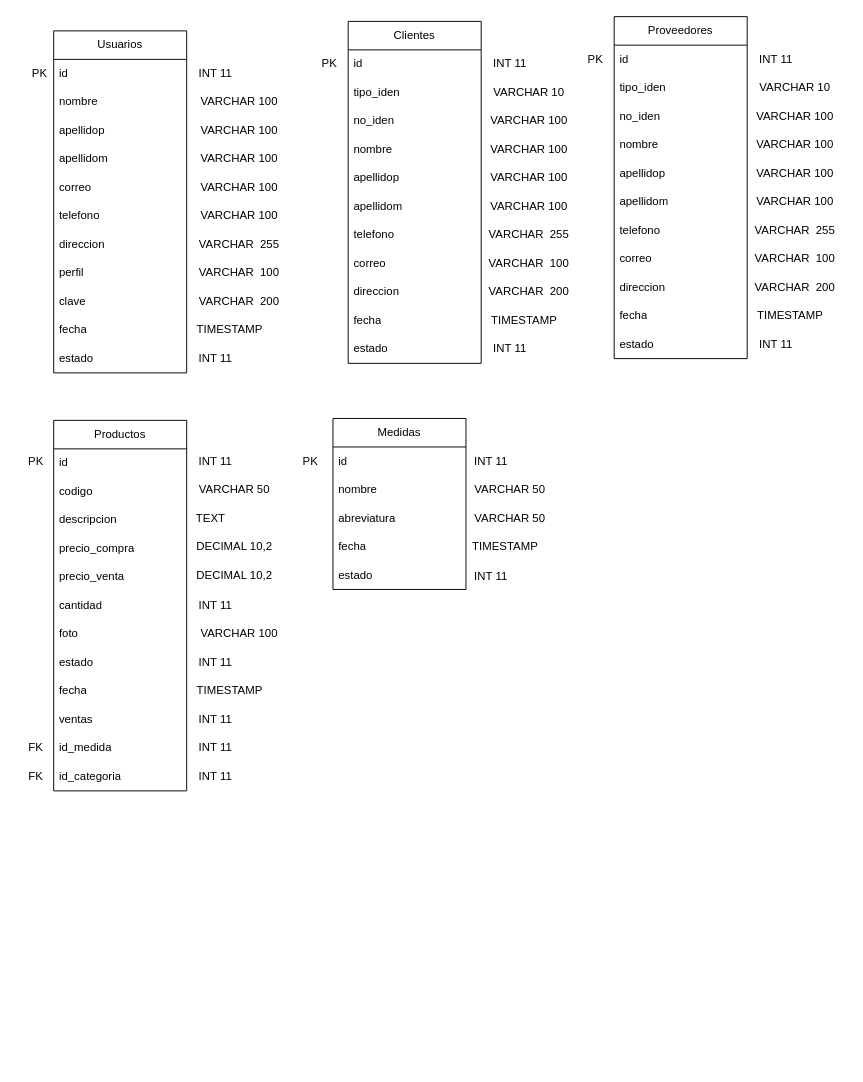
Earlier version of the draw.io diagram page "Página-2" (2 of 2) of Proyecto_Desarrollo.drawio (Memo231823/ProyectoP). Source tidied: cells renumbered, new cells numbered last; positions are measured from the earlier drawing's top-left corner, leaving out a move shared by most shapes. Both pictures are drawn from the tidied source at 95%, with x=0, y=0 at pixel (16, 16).
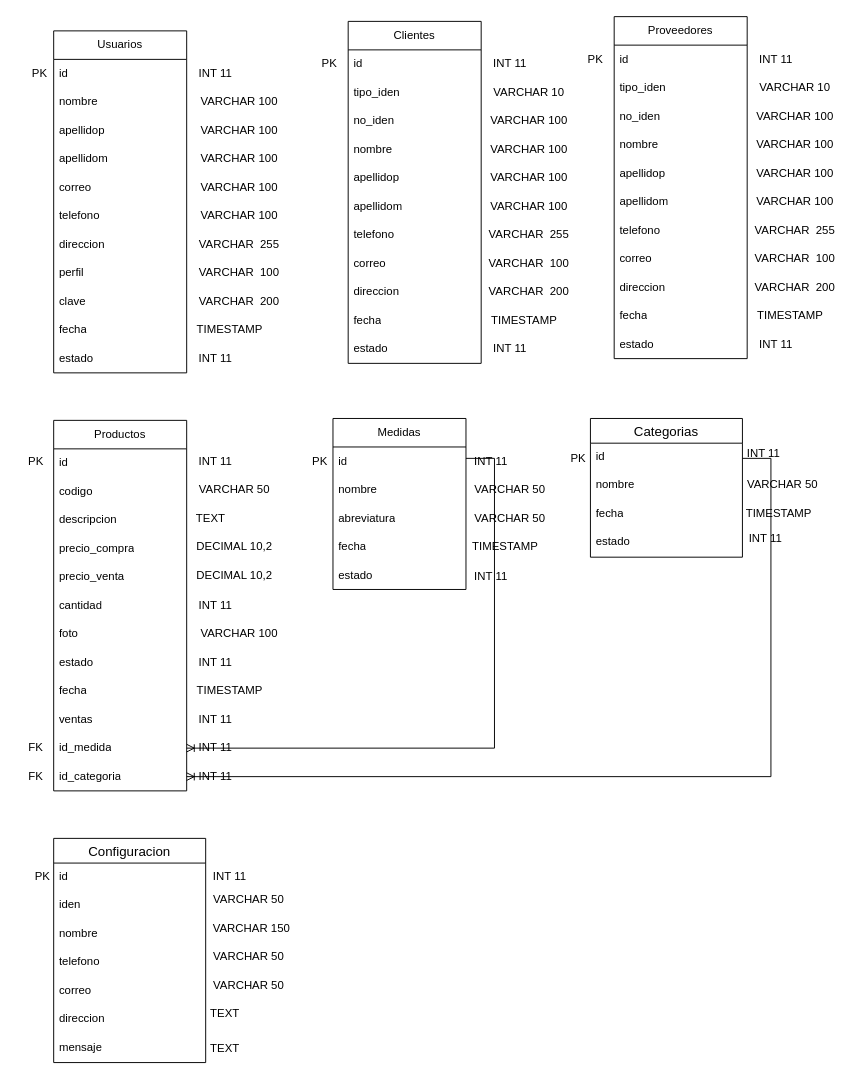
The same diagram, later.

Unchanged cells that the change refers to:
```xml
<mxCell id="85" value="id_medida" style="text;strokeColor=none;fillColor=none;align=left;verticalAlign=middle;spacingLeft=4;spacingRight=4;overflow=hidden;points=[[0,0.5],[1,0.5]];portConstraint=eastwest;whiteSpace=wrap;html=1;" parent="74" vertex="1">
  <mxGeometry y="330" width="140" height="30" as="geometry" />
</mxCell>
<mxCell id="86" value="id_categoria" style="text;strokeColor=none;fillColor=none;align=left;verticalAlign=middle;spacingLeft=4;spacingRight=4;overflow=hidden;points=[[0,0.5],[1,0.5]];portConstraint=eastwest;whiteSpace=wrap;html=1;" parent="74" vertex="1">
  <mxGeometry y="360" width="140" height="30" as="geometry" />
</mxCell>
```

What changed in the source:
```diff
@@
     <mxCell id="108" value="PK" style="text;html=1;align=center;verticalAlign=middle;strokeColor=none;fillColor=none;" parent="1" vertex="1">
-      <mxGeometry x="289" y="453" width="40" height="30" as="geometry" />
+      <mxGeometry x="299" y="453" width="40" height="30" as="geometry" />
     </mxCell>
@@
+    <mxCell id="114" style="edgeStyle=entityRelationEdgeStyle;fontSize=12;html=1;endArrow=ERoneToMany;rounded=0;" parent="1" edge="1" target="85">
+      <mxGeometry relative="1" as="geometry">
+        <mxPoint x="473" y="465" as="sourcePoint" />
+      </mxGeometry>
+    </mxCell>
+    <mxCell id="115" value="Categorias" style="swimlane;fontStyle=0;horizontal=1;startSize=26;align=center;fontSize=14;" parent="1" vertex="1">
+      <mxGeometry x="604" y="423" width="160" height="146" as="geometry" />
+    </mxCell>
+    <mxCell id="116" value="id" style="text;strokeColor=none;fillColor=none;spacingLeft=4;spacingRight=4;overflow=hidden;fontSize=12;whiteSpace=wrap;html=1;" parent="115" vertex="1">
+      <mxGeometry y="26" width="160" height="30" as="geometry" />
+    </mxCell>
+    <mxCell id="117" value="nombre" style="text;strokeColor=none;fillColor=none;spacingLeft=4;spacingRight=4;overflow=hidden;fontSize=12;whiteSpace=wrap;html=1;" parent="115" vertex="1">
+      <mxGeometry y="56" width="160" height="30" as="geometry" />
+    </mxCell>
+    <mxCell id="118" value="fecha" style="text;strokeColor=none;fillColor=none;spacingLeft=4;spacingRight=4;overflow=hidden;fontSize=12;whiteSpace=wrap;html=1;" parent="115" vertex="1">
+      <mxGeometry y="86" width="160" height="30" as="geometry" />
+    </mxCell>
+    <mxCell id="119" value="estado" style="text;strokeColor=none;fillColor=none;spacingLeft=4;spacingRight=4;overflow=hidden;fontSize=12;whiteSpace=wrap;html=1;" parent="115" vertex="1">
+      <mxGeometry y="116" width="160" height="30" as="geometry" />
+    </mxCell>
+    <mxCell id="120" value="PK" style="text;html=1;align=center;verticalAlign=middle;strokeColor=none;fillColor=none;" parent="1" vertex="1">
+      <mxGeometry x="571" y="450" width="40" height="30" as="geometry" />
+    </mxCell>
+    <mxCell id="121" value="INT 11" style="text;html=1;align=center;verticalAlign=middle;strokeColor=none;fillColor=none;" parent="1" vertex="1">
+      <mxGeometry x="756" y="445" width="60" height="30" as="geometry" />
+    </mxCell>
+    <mxCell id="122" value="VARCHAR 50" style="text;html=1;align=center;verticalAlign=middle;strokeColor=none;fillColor=none;" parent="1" vertex="1">
+      <mxGeometry x="756" y="478" width="100" height="30" as="geometry" />
+    </mxCell>
+    <mxCell id="123" value="TIMESTAMP" style="text;html=1;align=center;verticalAlign=middle;strokeColor=none;fillColor=none;" parent="1" vertex="1">
+      <mxGeometry x="757" y="508" width="90" height="30" as="geometry" />
+    </mxCell>
+    <mxCell id="124" value="INT 11" style="text;html=1;align=center;verticalAlign=middle;strokeColor=none;fillColor=none;" parent="1" vertex="1">
+      <mxGeometry x="758" y="535" width="60" height="30" as="geometry" />
+    </mxCell>
+    <mxCell id="125" style="edgeStyle=entityRelationEdgeStyle;fontSize=12;html=1;endArrow=ERoneToMany;rounded=0;entryX=1;entryY=0.5;entryDx=0;entryDy=0;" parent="1" edge="1" target="86">
+      <mxGeometry relative="1" as="geometry">
+        <mxPoint x="764" y="465" as="sourcePoint" />
+      </mxGeometry>
+    </mxCell>
+    <mxCell id="126" value="Configuracion" style="swimlane;fontStyle=0;horizontal=1;startSize=26;align=center;fontSize=14;" parent="1" vertex="1">
+      <mxGeometry x="39" y="865" width="160" height="236" as="geometry" />
+    </mxCell>
+    <mxCell id="127" value="id" style="text;strokeColor=none;fillColor=none;spacingLeft=4;spacingRight=4;overflow=hidden;fontSize=12;whiteSpace=wrap;html=1;" parent="126" vertex="1">
+      <mxGeometry y="26" width="160" height="30" as="geometry" />
+    </mxCell>
+    <mxCell id="128" value="iden" style="text;strokeColor=none;fillColor=none;spacingLeft=4;spacingRight=4;overflow=hidden;fontSize=12;whiteSpace=wrap;html=1;" parent="126" vertex="1">
+      <mxGeometry y="56" width="160" height="30" as="geometry" />
+    </mxCell>
+    <mxCell id="129" value="nombre" style="text;strokeColor=none;fillColor=none;spacingLeft=4;spacingRight=4;overflow=hidden;fontSize=12;whiteSpace=wrap;html=1;" parent="126" vertex="1">
+      <mxGeometry y="86" width="160" height="30" as="geometry" />
+    </mxCell>
+    <mxCell id="130" value="telefono" style="text;strokeColor=none;fillColor=none;spacingLeft=4;spacingRight=4;overflow=hidden;fontSize=12;whiteSpace=wrap;html=1;" parent="126" vertex="1">
+      <mxGeometry y="116" width="160" height="30" as="geometry" />
+    </mxCell>
+    <mxCell id="131" value="correo" style="text;strokeColor=none;fillColor=none;spacingLeft=4;spacingRight=4;overflow=hidden;fontSize=12;whiteSpace=wrap;html=1;" parent="126" vertex="1">
+      <mxGeometry y="146" width="160" height="30" as="geometry" />
+    </mxCell>
+    <mxCell id="132" value="direccion" style="text;strokeColor=none;fillColor=none;spacingLeft=4;spacingRight=4;overflow=hidden;fontSize=12;whiteSpace=wrap;html=1;" parent="126" vertex="1">
+      <mxGeometry y="176" width="160" height="30" as="geometry" />
+    </mxCell>
+    <mxCell id="133" value="mensaje" style="text;strokeColor=none;fillColor=none;spacingLeft=4;spacingRight=4;overflow=hidden;fontSize=12;whiteSpace=wrap;html=1;" parent="126" vertex="1">
+      <mxGeometry y="206" width="160" height="30" as="geometry" />
+    </mxCell>
+    <mxCell id="134" value="PK" style="text;html=1;align=center;verticalAlign=middle;strokeColor=none;fillColor=none;" parent="1" vertex="1">
+      <mxGeometry x="7" y="890" width="40" height="30" as="geometry" />
+    </mxCell>
+    <mxCell id="135" value="INT 11" style="text;html=1;align=center;verticalAlign=middle;strokeColor=none;fillColor=none;" parent="1" vertex="1">
+      <mxGeometry x="194" y="890" width="60" height="30" as="geometry" />
+    </mxCell>
+    <mxCell id="136" value="VARCHAR 50" style="text;html=1;align=center;verticalAlign=middle;strokeColor=none;fillColor=none;" parent="1" vertex="1">
+      <mxGeometry x="194" y="915" width="100" height="30" as="geometry" />
+    </mxCell>
+    <mxCell id="137" value="VARCHAR 150" style="text;html=1;align=center;verticalAlign=middle;strokeColor=none;fillColor=none;" parent="1" vertex="1">
+      <mxGeometry x="192" y="945" width="110" height="30" as="geometry" />
+    </mxCell>
+    <mxCell id="138" value="VARCHAR 50" style="text;html=1;align=center;verticalAlign=middle;strokeColor=none;fillColor=none;" parent="1" vertex="1">
+      <mxGeometry x="194" y="975" width="100" height="30" as="geometry" />
+    </mxCell>
+    <mxCell id="139" value="VARCHAR 50" style="text;html=1;align=center;verticalAlign=middle;strokeColor=none;fillColor=none;" parent="1" vertex="1">
+      <mxGeometry x="194" y="1005" width="100" height="30" as="geometry" />
+    </mxCell>
+    <mxCell id="140" value="TEXT" style="text;html=1;align=center;verticalAlign=middle;strokeColor=none;fillColor=none;" parent="1" vertex="1">
+      <mxGeometry x="194" y="1035" width="50" height="30" as="geometry" />
+    </mxCell>
+    <mxCell id="141" value="TEXT" style="text;html=1;align=center;verticalAlign=middle;strokeColor=none;fillColor=none;" parent="1" vertex="1">
+      <mxGeometry x="194" y="1071" width="50" height="30" as="geometry" />
+    </mxCell>
```
